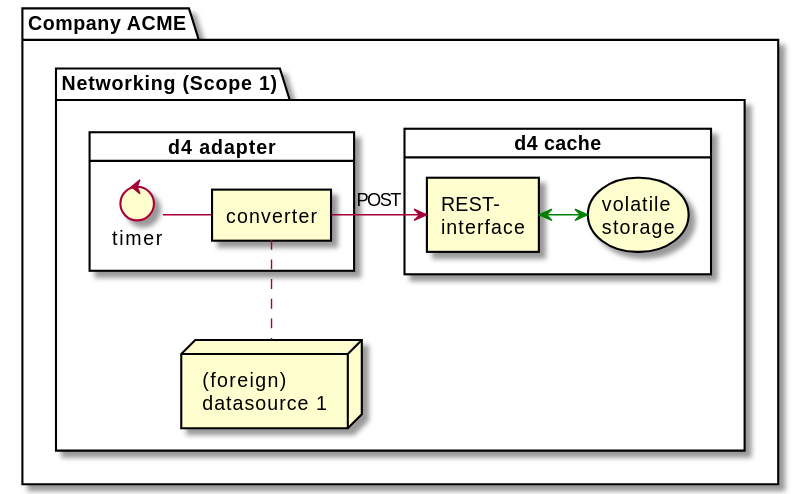
Above: docs/deployment/plantuml/pictures/compay_acme_min04.svg in smart-energy-di/d4 (PlantUML), before the change.
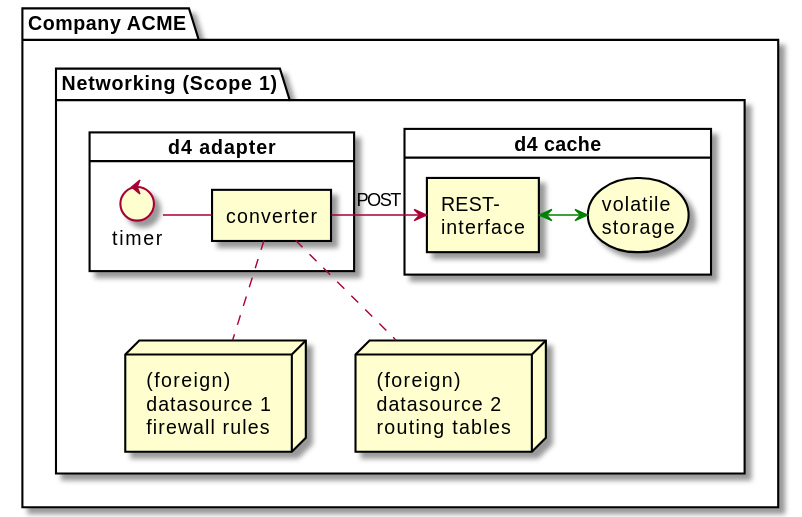
The same file after the commit.

The edit, as a diff of the source:
```diff
@@ -2,7 +2,7 @@
 !include include/d4_inc_scope.puml
 
 package ca as "Company ACME" {
-    $d4scope(ca, scp1, "Networking (Scope 1)", $show_ds1=true, $show_ds2=false, $show_ds3=false, $show_rproxy=false, $show_cache=true, $show_ui=false, $show_adpt=true)
+    $d4scope(ca, scp1, "Networking (Scope 1)", $show_ds1=true, $show_ds2=true, $show_rproxy=false, $show_cache=true, $show_ui=false, $show_adpt=true)
 }
 
 @enduml
```
